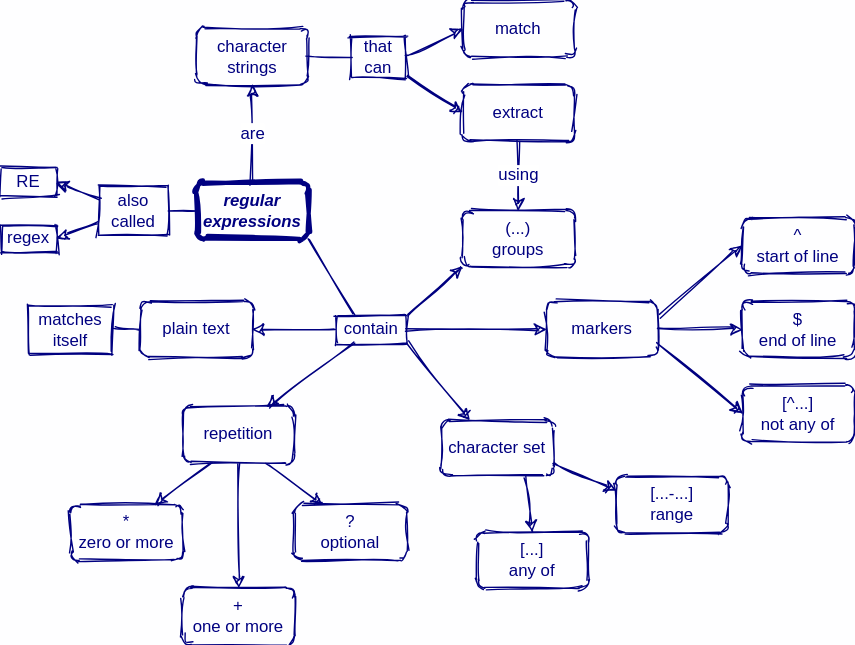
rstudio/concept-maps keeps this draw.io diagram as en/regular-expressions.svg. Above is the earlier version. Source tidied: cells renumbered, new cells last; positions are measured from the earlier drawing's top-left corner, leaving out a move shared by most shapes.
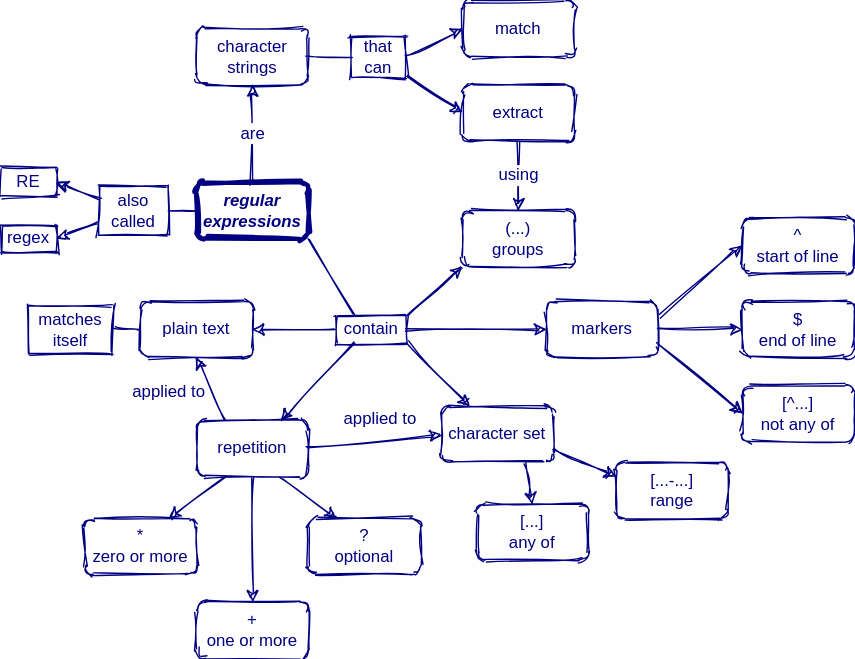
The same file after the commit.

Commit message:
Updating regular expression concept map

Change to the diagram source:
```diff
@@ -30,25 +30,25 @@
       <mxGeometry x="20" y="217.5" width="60" height="35" as="geometry" />
     </mxCell>
     <mxCell id="11" value="repetition" style="rounded=1;whiteSpace=wrap;html=1;fontSize=12;fontFamily=Helvetica;fillColor=none;labelBackgroundColor=none;sketch=1;strokeColor=#000080;fontColor=#000080;" parent="1" vertex="1">
-      <mxGeometry x="130" y="290" width="80" height="40" as="geometry" />
+      <mxGeometry x="140" y="300" width="80" height="40" as="geometry" />
     </mxCell>
     <mxCell id="12" value="*&lt;br style=&quot;font-size: 12px;&quot;&gt;zero or more" style="rounded=1;whiteSpace=wrap;html=1;fontSize=12;fontFamily=Helvetica;fillColor=none;labelBackgroundColor=none;sketch=1;strokeColor=#000080;fontColor=#000080;" parent="1" vertex="1">
-      <mxGeometry x="50" y="360" width="80" height="40" as="geometry" />
+      <mxGeometry x="60" y="370" width="80" height="40" as="geometry" />
     </mxCell>
     <mxCell id="13" value="+&lt;br style=&quot;font-size: 12px;&quot;&gt;one or more" style="rounded=1;whiteSpace=wrap;html=1;fontSize=12;fontFamily=Helvetica;fillColor=none;labelBackgroundColor=none;sketch=1;strokeColor=#000080;fontColor=#000080;" parent="1" vertex="1">
-      <mxGeometry x="130" y="420" width="80" height="40" as="geometry" />
+      <mxGeometry x="140" y="430" width="80" height="40" as="geometry" />
     </mxCell>
     <mxCell id="14" value="?&lt;br style=&quot;font-size: 12px;&quot;&gt;optional" style="rounded=1;whiteSpace=wrap;html=1;fontSize=12;fontFamily=Helvetica;fillColor=none;labelBackgroundColor=none;sketch=1;strokeColor=#000080;fontColor=#000080;" parent="1" vertex="1">
-      <mxGeometry x="210" y="360" width="80" height="40" as="geometry" />
+      <mxGeometry x="220" y="370" width="80" height="40" as="geometry" />
     </mxCell>
     <mxCell id="15" value="character set" style="rounded=1;whiteSpace=wrap;html=1;fontSize=12;fontFamily=Helvetica;fillColor=none;labelBackgroundColor=none;sketch=1;strokeColor=#000080;fontColor=#000080;" parent="1" vertex="1">
-      <mxGeometry x="315" y="300" width="80" height="40" as="geometry" />
+      <mxGeometry x="315" y="290" width="80" height="40" as="geometry" />
     </mxCell>
     <mxCell id="16" value="[...]&lt;br style=&quot;font-size: 12px;&quot;&gt;any of" style="rounded=1;whiteSpace=wrap;html=1;fontSize=12;fontFamily=Helvetica;fillColor=none;labelBackgroundColor=none;sketch=1;strokeColor=#000080;fontColor=#000080;" parent="1" vertex="1">
-      <mxGeometry x="340" y="380" width="80" height="40" as="geometry" />
+      <mxGeometry x="340" y="360" width="80" height="40" as="geometry" />
     </mxCell>
     <mxCell id="17" value="[...-...]&lt;br style=&quot;font-size: 12px;&quot;&gt;range" style="rounded=1;whiteSpace=wrap;html=1;fontSize=12;fontFamily=Helvetica;fillColor=none;labelBackgroundColor=none;sketch=1;strokeColor=#000080;fontColor=#000080;" parent="1" vertex="1">
-      <mxGeometry x="440" y="340" width="80" height="40" as="geometry" />
+      <mxGeometry x="440" y="330" width="80" height="40" as="geometry" />
     </mxCell>
     <mxCell id="18" value="[^...]&lt;br style=&quot;font-size: 12px;&quot;&gt;not any of" style="rounded=1;whiteSpace=wrap;html=1;fontSize=12;fontFamily=Helvetica;fillColor=none;labelBackgroundColor=none;sketch=1;strokeColor=#000080;fontColor=#000080;" parent="1" vertex="1">
       <mxGeometry x="530" y="275" width="80" height="40" as="geometry" />
@@ -140,5 +140,13 @@
     <mxCell id="47" value="using" style="endArrow=classic;html=1;entryX=0.5;entryY=0;entryDx=0;entryDy=0;exitX=0.5;exitY=1;exitDx=0;exitDy=0;sketch=1;fontSize=12;fontFamily=Helvetica;strokeColor=#000080;fontColor=#000080;" parent="1" edge="1" source="34" target="31">
       <mxGeometry relative="1" as="geometry" />
     </mxCell>
+    <mxCell id="48" value="applied to" style="endArrow=classic;html=1;entryX=0.5;entryY=1;entryDx=0;entryDy=0;exitX=0.25;exitY=0;exitDx=0;exitDy=0;sketch=1;fontSize=12;fontFamily=Helvetica;strokeColor=#000080;fontColor=#000080;" parent="1" edge="1" source="11" target="9">
+      <mxGeometry x="0.4" y="28" relative="1" as="geometry">
+        <mxPoint y="1" as="offset" />
+      </mxGeometry>
+    </mxCell>
+    <mxCell id="49" value="applied to" style="endArrow=classic;html=1;entryX=0;entryY=0.5;entryDx=0;entryDy=0;exitX=1;exitY=0.5;exitDx=0;exitDy=0;sketch=1;fontSize=12;fontFamily=Helvetica;strokeColor=#000080;fontColor=#000080;" parent="1" edge="1" source="11" target="15">
+      <mxGeometry x="0.11" y="16" relative="1" as="geometry" />
+    </mxCell>
   </root>
 </mxGraphModel>
```
